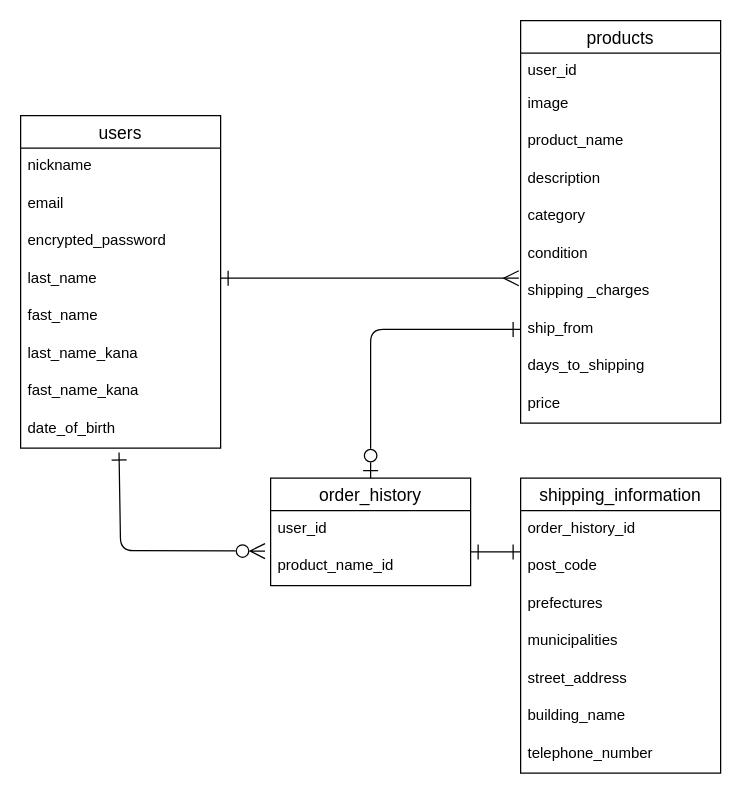
This is frima.dio from EngineerKubo/furima-40425, a draw.io file, before an edit. Source tidied: cells renumbered, new cells numbered last; positions are measured from the earlier drawing's top-left corner, leaving out a move shared by most shapes. Both pictures are drawn from the tidied source at 125%, with x=0, y=0 at pixel (20, 20).
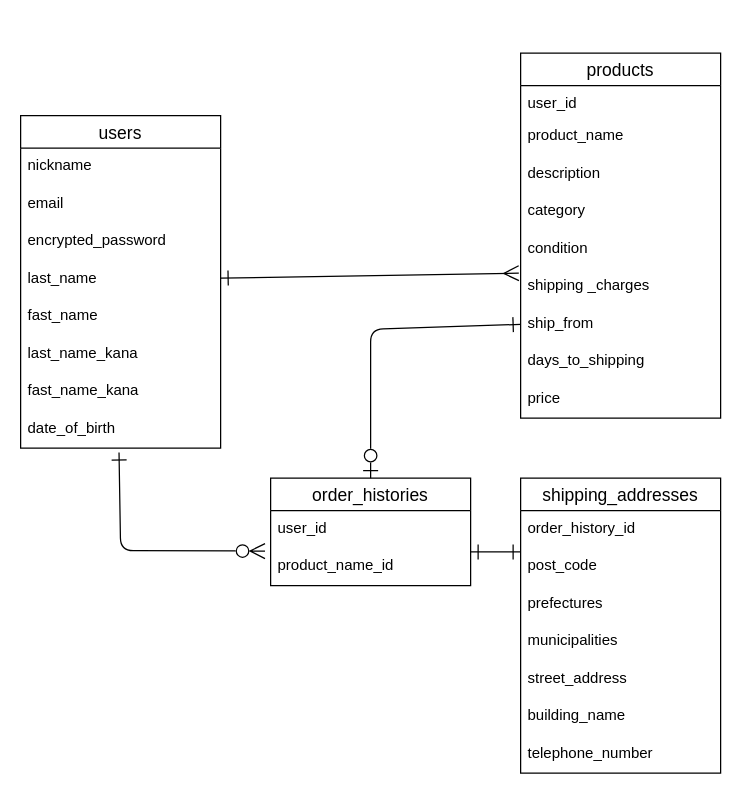
Above is the later version.

Commit message (it also covers changes not shown here):
render-build.sh修正

What changed in the source:
```diff
@@
     <mxCell id="11" value="products" style="swimlane;fontStyle=0;horizontal=1;startSize=26;align=center;fontSize=14;" parent="1" vertex="1">
-      <mxGeometry x="400" width="160" height="322" as="geometry" />
+      <mxGeometry x="400" y="26" width="160" height="292" as="geometry" />
     </mxCell>
@@
-    <mxCell id="13" value="image" style="text;strokeColor=none;fillColor=none;spacingLeft=4;spacingRight=4;overflow=hidden;fontSize=12;" parent="11" vertex="1">
-      <mxGeometry y="52" width="160" height="30" as="geometry" />
-    </mxCell>
     <mxCell id="14" value="product_name" style="text;strokeColor=none;fillColor=none;spacingLeft=4;spacingRight=4;overflow=hidden;fontSize=12;" parent="11" vertex="1">
-      <mxGeometry y="82" width="160" height="30" as="geometry" />
+      <mxGeometry y="52" width="160" height="30" as="geometry" />
     </mxCell>
     <mxCell id="15" value="description" style="text;strokeColor=none;fillColor=none;spacingLeft=4;spacingRight=4;overflow=hidden;fontSize=12;" parent="11" vertex="1">
-      <mxGeometry y="112" width="160" height="30" as="geometry" />
+      <mxGeometry y="82" width="160" height="30" as="geometry" />
     </mxCell>
     <mxCell id="16" value="category" style="text;strokeColor=none;fillColor=none;spacingLeft=4;spacingRight=4;overflow=hidden;fontSize=12;" parent="11" vertex="1">
-      <mxGeometry y="142" width="160" height="30" as="geometry" />
+      <mxGeometry y="112" width="160" height="30" as="geometry" />
     </mxCell>
     <mxCell id="17" value="condition" style="text;strokeColor=none;fillColor=none;spacingLeft=4;spacingRight=4;overflow=hidden;points=[[0,0.5],[1,0.5]];portConstraint=eastwest;fontSize=12;" parent="11" vertex="1">
-      <mxGeometry y="172" width="160" height="30" as="geometry" />
+      <mxGeometry y="142" width="160" height="30" as="geometry" />
     </mxCell>
     <mxCell id="18" value="shipping _charges" style="text;strokeColor=none;fillColor=none;spacingLeft=4;spacingRight=4;overflow=hidden;fontSize=12;" parent="11" vertex="1">
-      <mxGeometry y="202" width="160" height="30" as="geometry" />
+      <mxGeometry y="172" width="160" height="30" as="geometry" />
     </mxCell>
     <mxCell id="19" value="ship_from" style="text;strokeColor=none;fillColor=none;spacingLeft=4;spacingRight=4;overflow=hidden;points=[[0,0.5],[1,0.5]];portConstraint=eastwest;fontSize=12;" parent="11" vertex="1">
-      <mxGeometry y="232" width="160" height="30" as="geometry" />
+      <mxGeometry y="202" width="160" height="30" as="geometry" />
     </mxCell>
     <mxCell id="20" value="days_to_shipping" style="text;strokeColor=none;fillColor=none;spacingLeft=4;spacingRight=4;overflow=hidden;fontSize=12;" parent="11" vertex="1">
-      <mxGeometry y="262" width="160" height="30" as="geometry" />
+      <mxGeometry y="232" width="160" height="30" as="geometry" />
     </mxCell>
     <mxCell id="21" value="price" style="text;strokeColor=none;fillColor=none;spacingLeft=4;spacingRight=4;overflow=hidden;fontSize=12;" parent="11" vertex="1">
-      <mxGeometry y="292" width="160" height="30" as="geometry" />
+      <mxGeometry y="262" width="160" height="30" as="geometry" />
     </mxCell>
-    <mxCell id="22" value="order_history" style="swimlane;fontStyle=0;horizontal=1;startSize=26;align=center;fontSize=14;" parent="1" vertex="1">
+    <mxCell id="22" value="order_histories" style="swimlane;fontStyle=0;horizontal=1;startSize=26;align=center;fontSize=14;" parent="1" vertex="1">
       <mxGeometry x="200" y="366" width="160" height="86" as="geometry" />
     </mxCell>
@@
-    <mxCell id="25" value="shipping_information" style="swimlane;fontStyle=0;horizontal=1;startSize=26;align=center;fontSize=14;" parent="1" vertex="1">
+    <mxCell id="25" value="shipping_addresses" style="swimlane;fontStyle=0;horizontal=1;startSize=26;align=center;fontSize=14;" parent="1" vertex="1">
       <mxGeometry x="400" y="366" width="160" height="236" as="geometry" />
     </mxCell>
```
